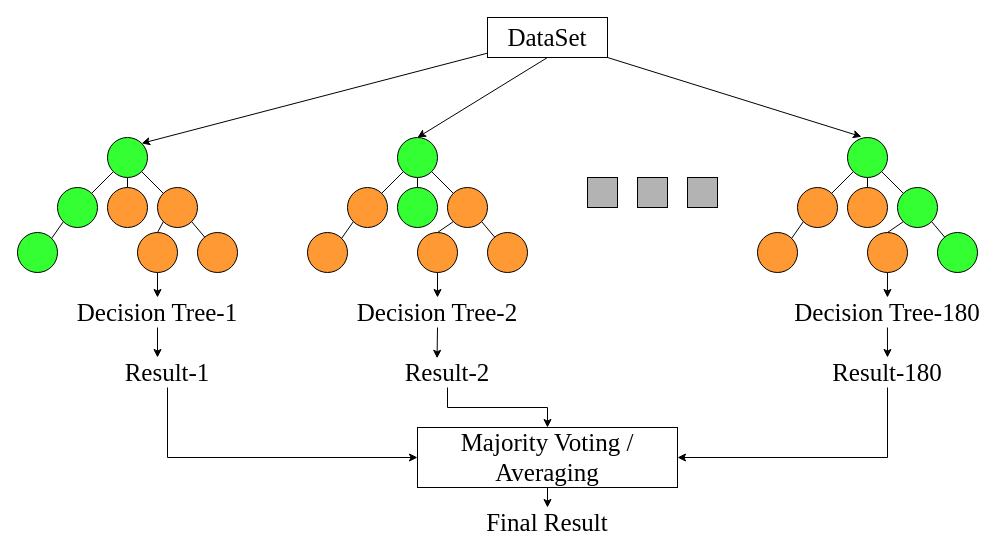
Earlier version of the draw.io diagram RF.drawio (Lu-Ming-Song/C). Source tidied: cells renumbered, new cells numbered last; positions are measured from the earlier drawing's top-left corner, leaving out a move shared by most shapes. Both pictures are drawn from the tidied source at 100%, with x=0, y=0 at pixel (17, 17).
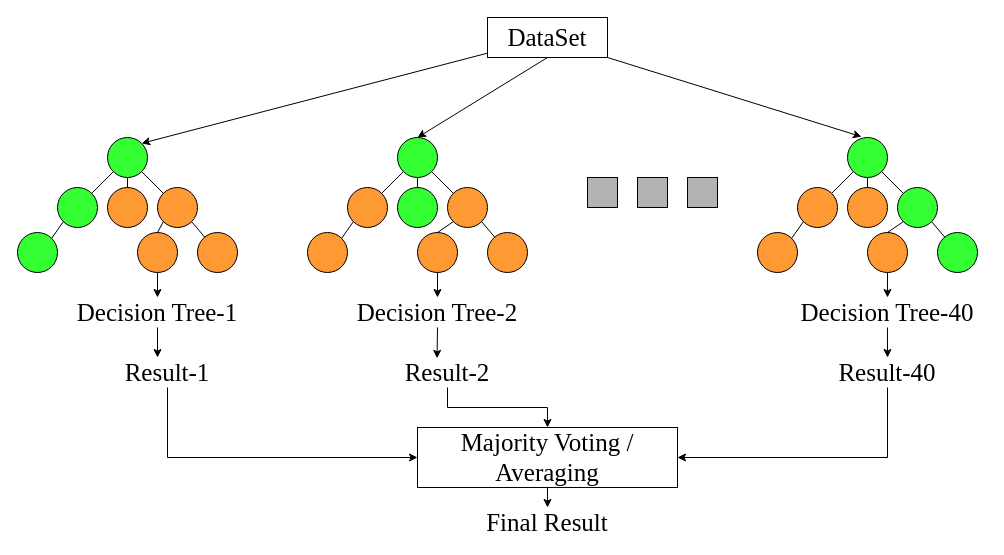
After the change.

The edit, as a diff of the source:
```diff
@@
-    <mxCell id="53" value="&lt;font style=&quot;font-size: 25px;&quot; face=&quot;Times New Roman&quot;&gt;Decision Tree-180&lt;/font&gt;" style="text;strokeColor=none;align=center;fillColor=none;html=1;verticalAlign=middle;whiteSpace=wrap;rounded=0;" parent="1" vertex="1">
+    <mxCell id="53" value="&lt;font style=&quot;font-size: 25px;&quot; face=&quot;Times New Roman&quot;&gt;Decision Tree-40&lt;/font&gt;" style="text;strokeColor=none;align=center;fillColor=none;html=1;verticalAlign=middle;whiteSpace=wrap;rounded=0;" parent="1" vertex="1">
       <mxGeometry x="771.2" y="280" width="197.5" height="30" as="geometry" />
     </mxCell>
@@
-    <mxCell id="60" value="&lt;font style=&quot;font-size: 25px;&quot; face=&quot;Times New Roman&quot;&gt;Result-180&lt;/font&gt;" style="text;strokeColor=none;align=center;fillColor=none;html=1;verticalAlign=middle;whiteSpace=wrap;rounded=0;" parent="1" vertex="1">
+    <mxCell id="60" value="&lt;font style=&quot;font-size: 25px;&quot; face=&quot;Times New Roman&quot;&gt;Result-40&lt;/font&gt;" style="text;strokeColor=none;align=center;fillColor=none;html=1;verticalAlign=middle;whiteSpace=wrap;rounded=0;" parent="1" vertex="1">
       <mxGeometry x="810" y="340" width="120" height="30" as="geometry" />
     </mxCell>
```
